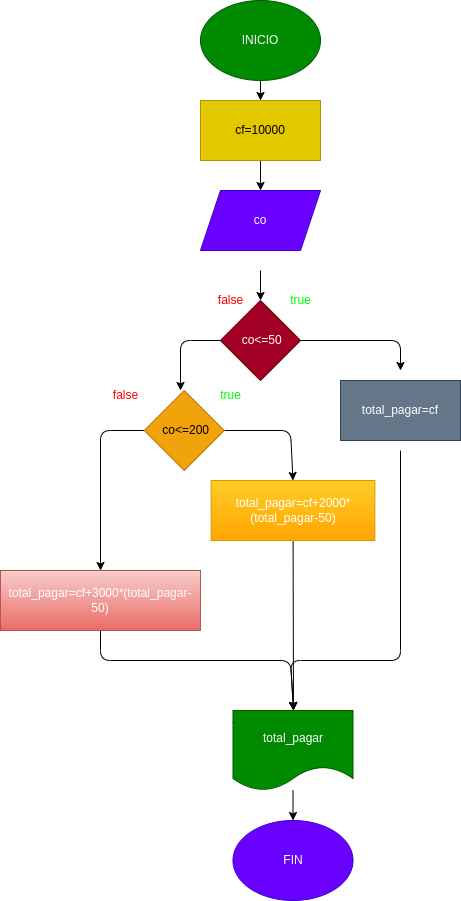
The draw.io diagram ejercicio5/diagrama.png in lisethcorrea/taller_condicionales_ejercicios, before a commit. Source tidied: cells renumbered, new cells last; positions are measured from the earlier drawing's top-left corner, leaving out a move shared by most shapes.
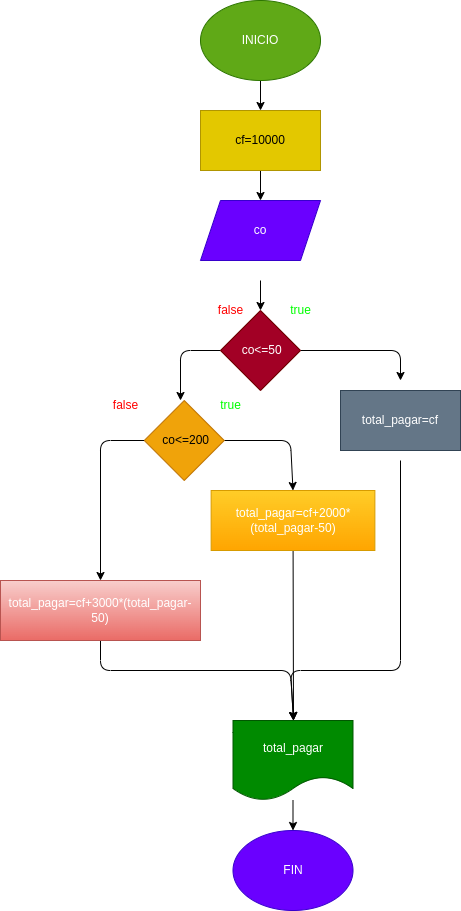
The same diagram one commit later.

Diff of the diagram source:
```diff
@@ -5,8 +5,8 @@
     <mxCell id="2" style="edgeStyle=none;html=1;" parent="1" edge="1" source="3" target="22">
       <mxGeometry relative="1" as="geometry" />
     </mxCell>
-    <mxCell id="3" value="INICIO" style="ellipse;whiteSpace=wrap;html=1;fillColor=#008a00;fontColor=#ffffff;strokeColor=#005700;" parent="1" vertex="1">
-      <mxGeometry x="200" width="120" height="80" as="geometry" />
+    <mxCell id="3" value="INICIO" style="ellipse;whiteSpace=wrap;html=1;fillColor=#60a917;fontColor=#ffffff;strokeColor=#2D7600;" parent="1" vertex="1">
+      <mxGeometry x="200" y="-10" width="120" height="80" as="geometry" />
     </mxCell>
     <mxCell id="4" style="edgeStyle=none;html=1;" parent="1" edge="1" source="5">
       <mxGeometry relative="1" as="geometry">
```
